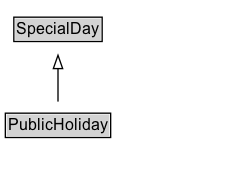
Above: docs/diagrams/PublicHoliday.dot.png in k-vaughn/ontology-its-time (Graphviz), before the change. Its source is kept beside it as docs/diagrams/PublicHoliday.dot. The source it was exported from:
```dot
digraph {
	graph [overlap=false rankdir=TB splines=true]
	node [fontname=Arial fontsize=12 margin=0 shape=none]
	edge [fontname=Arial fontsize=11]
	{
		rank=source
		SpecialDay [label=<<TABLE BORDER="1" CELLBORDER="0" CELLSPACING="0" CELLPADDING="1"><TR><TD BGCOLOR="lightgray" ALIGN="CENTER">SpecialDay</TD></TR></TABLE>> URL="../SpecialDay" margin=0]
	}
	PublicHoliday [label=<<TABLE BORDER="1" CELLBORDER="0" CELLSPACING="0" CELLPADDING="1"><TR><TD BGCOLOR="lightgray" ALIGN="CENTER">PublicHoliday</TD></TR></TABLE>> URL="../PublicHoliday" margin=0]
	{
		rank=max
	}
	subgraph cluster_associated {
		label="" style=invis
		Invis [label=<<TABLE BORDER="0" CELLBORDER="0" CELLSPACING="0" CELLPADDING="1"><TR><TD></TD></TR></TABLE>> margin=0 style=invis]
	}
	PublicHoliday -> SpecialDay [arrowhead=onormal style=solid]
}
```
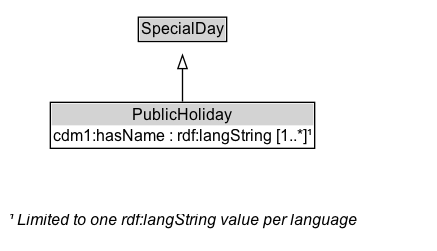
The same diagram one commit later.

Diff of the diagram source:
```diff
@@ -6,7 +6,7 @@
 		rank=source
 		SpecialDay [label=<<TABLE BORDER="1" CELLBORDER="0" CELLSPACING="0" CELLPADDING="1"><TR><TD BGCOLOR="lightgray" ALIGN="CENTER">SpecialDay</TD></TR></TABLE>> URL="../SpecialDay" margin=0]
 	}
-	PublicHoliday [label=<<TABLE BORDER="1" CELLBORDER="0" CELLSPACING="0" CELLPADDING="1"><TR><TD BGCOLOR="lightgray" ALIGN="CENTER">PublicHoliday</TD></TR></TABLE>> URL="../PublicHoliday" margin=0]
+	PublicHoliday [label=<<TABLE BORDER="1" CELLBORDER="0" CELLSPACING="0" CELLPADDING="1"><TR><TD BGCOLOR="lightgray" ALIGN="CENTER">PublicHoliday</TD></TR><TR><TD ALIGN="LEFT">cdm1:hasName : rdf:langString [1..*]¹</TD></TR></TABLE>> URL="../PublicHoliday" margin=0]
 	{
 		rank=max
 	}
@@ -15,4 +15,6 @@
 		Invis [label=<<TABLE BORDER="0" CELLBORDER="0" CELLSPACING="0" CELLPADDING="1"><TR><TD></TD></TR></TABLE>> margin=0 style=invis]
 	}
 	PublicHoliday -> SpecialDay [arrowhead=onormal style=solid]
+	PublicHoliday_uniqueLang_note [label=<<TABLE BORDER="0" CELLBORDER="0" CELLSPACING="0" CELLPADDING="2"><TR><TD ALIGN="LEFT"><I>¹ Limited to one rdf:langString value per language</I></TD></TR></TABLE>> margin=0]
+	PublicHoliday -> PublicHoliday_uniqueLang_note [style=invis]
 }
```
